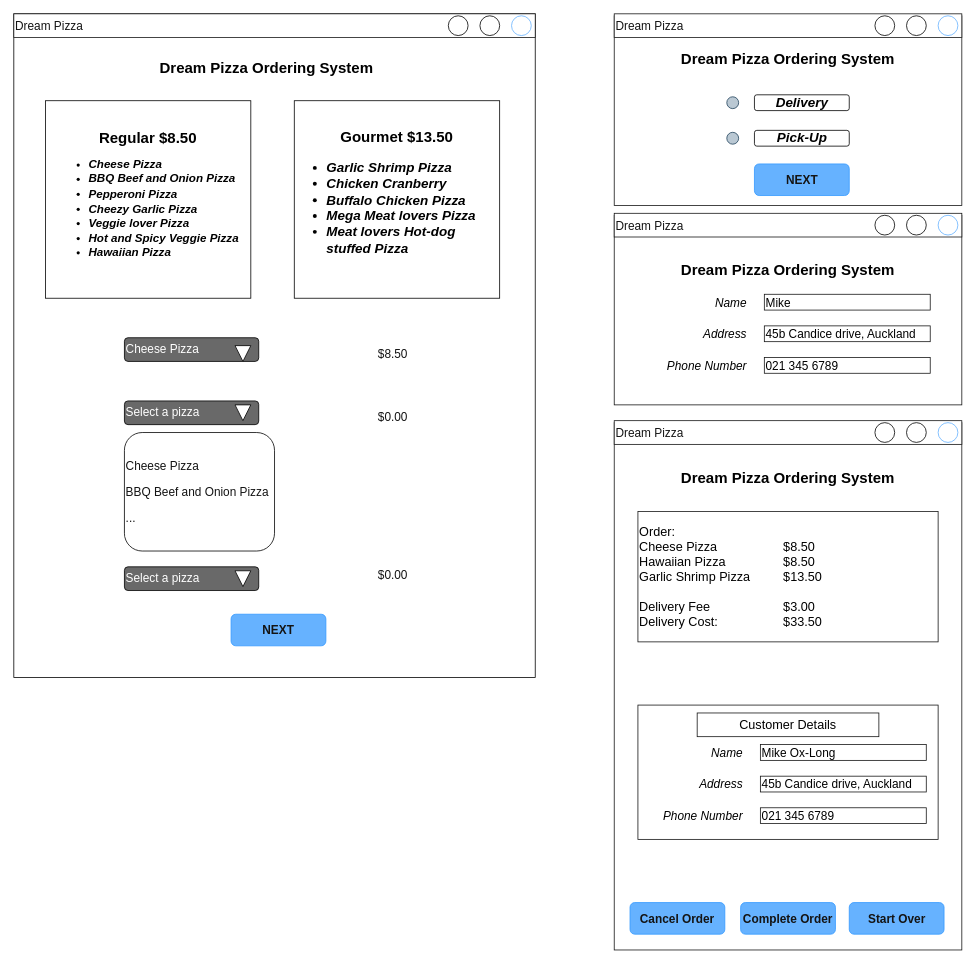
Before: page "CUSTOMER DETAILS" (1 of 5) of Pizza_GUI.drawio in ASDAH-Digtal/pizza-program-Maori-boi, a draw.io diagram. Source tidied: cells renumbered, new cells numbered last; positions are measured from the earlier drawing's top-left corner, leaving out a move shared by most shapes. Both pictures are drawn from the tidied source at 79%, with x=0, y=0 at pixel (13, 13).
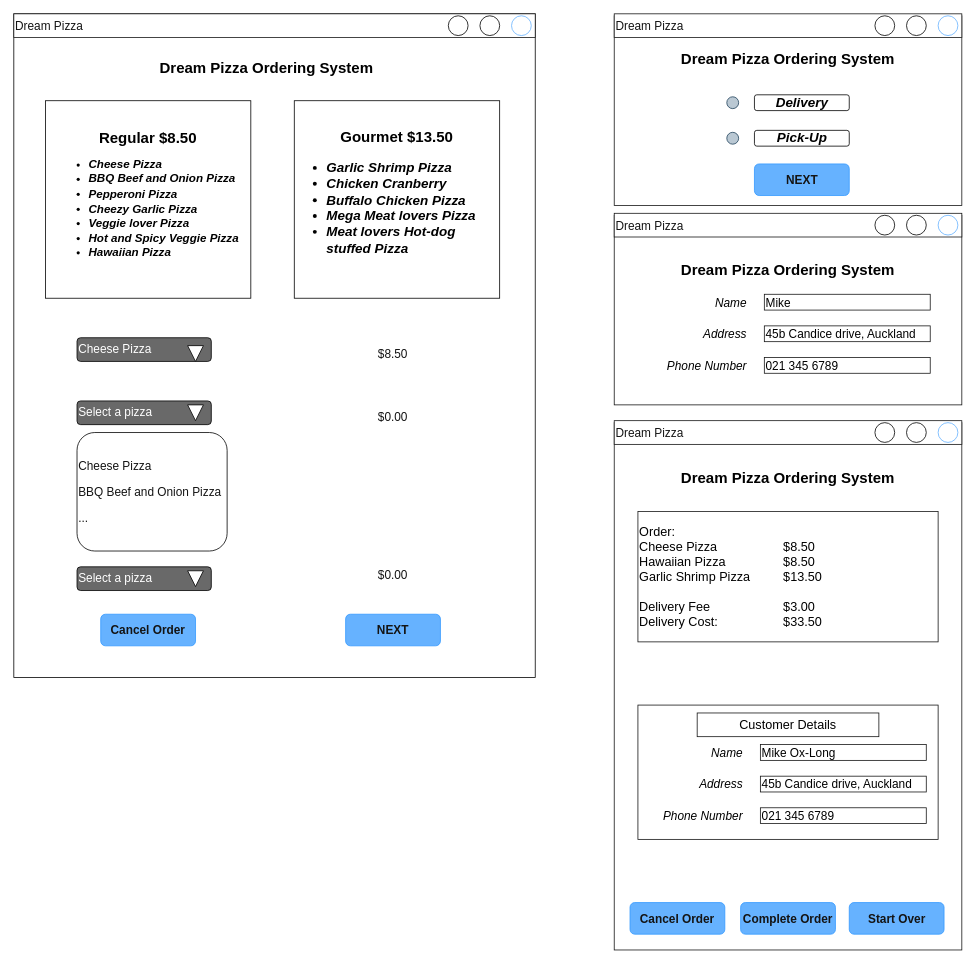
The same page after the edit.

Change to the diagram source:
```diff
@@
     <mxCell id="12" value="&lt;font style=&quot;font-size: 15px&quot; color=&quot;#ffffff&quot;&gt;Cheese Pizza&lt;/font&gt;" style="rounded=1;whiteSpace=wrap;html=1;fontFamily=Helvetica;fontSize=17;align=left;fillColor=#696969;" parent="1" vertex="1">
-      <mxGeometry x="140" y="410" width="170" height="30" as="geometry" />
+      <mxGeometry x="80" y="410" width="170" height="30" as="geometry" />
     </mxCell>
     <mxCell id="13" style="triangle;whiteSpace=wrap;html=1;fontFamily=Helvetica;fontSize=17;direction=south;" parent="1" vertex="1">
-      <mxGeometry x="280" y="420" width="20" height="20" as="geometry" />
+      <mxGeometry x="220" y="420" width="20" height="20" as="geometry" />
     </mxCell>
     <mxCell id="14" value="&lt;font style=&quot;font-size: 15px&quot; color=&quot;#ffffff&quot;&gt;Select a pizza&lt;/font&gt;" style="rounded=1;whiteSpace=wrap;html=1;fontFamily=Helvetica;fontSize=17;align=left;fillColor=#696969;" parent="1" vertex="1">
-      <mxGeometry x="140" y="490" width="170" height="30" as="geometry" />
+      <mxGeometry x="80" y="490" width="170" height="30" as="geometry" />
     </mxCell>
     <mxCell id="15" value="&lt;font style=&quot;font-size: 15px&quot; color=&quot;#ffffff&quot;&gt;Select a pizza&lt;/font&gt;" style="rounded=1;whiteSpace=wrap;html=1;fontFamily=Helvetica;fontSize=17;align=left;fillColor=#696969;" parent="1" vertex="1">
-      <mxGeometry x="140" y="700" width="170" height="30" as="geometry" />
+      <mxGeometry x="80" y="700" width="170" height="30" as="geometry" />
     </mxCell>
     <mxCell id="16" value="&lt;p style=&quot;line-height: 1.2&quot;&gt;Cheese Pizza&lt;/p&gt;&lt;p style=&quot;line-height: 1.2&quot;&gt;BBQ Beef and Onion Pizza&lt;/p&gt;&lt;p style=&quot;line-height: 1.2&quot;&gt;...&lt;br&gt;&lt;/p&gt;" style="rounded=1;whiteSpace=wrap;html=1;labelBackgroundColor=#FFFFFF;fontFamily=Helvetica;fontSize=15;fontColor=#141414;fillColor=#FFFFFF;align=left;" parent="1" vertex="1">
-      <mxGeometry x="140" y="530" width="190" height="150" as="geometry" />
+      <mxGeometry x="80" y="530" width="190" height="150" as="geometry" />
     </mxCell>
@@
     <mxCell id="20" style="triangle;whiteSpace=wrap;html=1;fontFamily=Helvetica;fontSize=17;direction=south;" parent="1" vertex="1">
-      <mxGeometry x="280" y="495" width="20" height="20" as="geometry" />
+      <mxGeometry x="220" y="495" width="20" height="20" as="geometry" />
     </mxCell>
     <mxCell id="21" style="triangle;whiteSpace=wrap;html=1;fontFamily=Helvetica;fontSize=17;direction=south;" parent="1" vertex="1">
-      <mxGeometry x="280" y="705" width="20" height="20" as="geometry" />
+      <mxGeometry x="220" y="705" width="20" height="20" as="geometry" />
     </mxCell>
     <mxCell id="22" value="&lt;b&gt;NEXT&lt;/b&gt;" style="rounded=1;whiteSpace=wrap;html=1;labelBackgroundColor=#66B2FF;fontFamily=Helvetica;fontSize=15;fontColor=#141414;strokeColor=#3399FF;fillColor=#66B2FF;" parent="1" vertex="1">
-      <mxGeometry x="275" y="760" width="120" height="40" as="geometry" />
+      <mxGeometry x="420" y="760" width="120" height="40" as="geometry" />
     </mxCell>
@@
+    <mxCell id="62" value="&lt;b&gt;Cancel Order&lt;/b&gt;" style="rounded=1;whiteSpace=wrap;html=1;labelBackgroundColor=#66B2FF;fontFamily=Helvetica;fontSize=15;fontColor=#141414;strokeColor=#3399FF;fillColor=#66B2FF;" parent="1" vertex="1">
+      <mxGeometry x="110" y="760" width="120" height="40" as="geometry" />
+    </mxCell>
```
